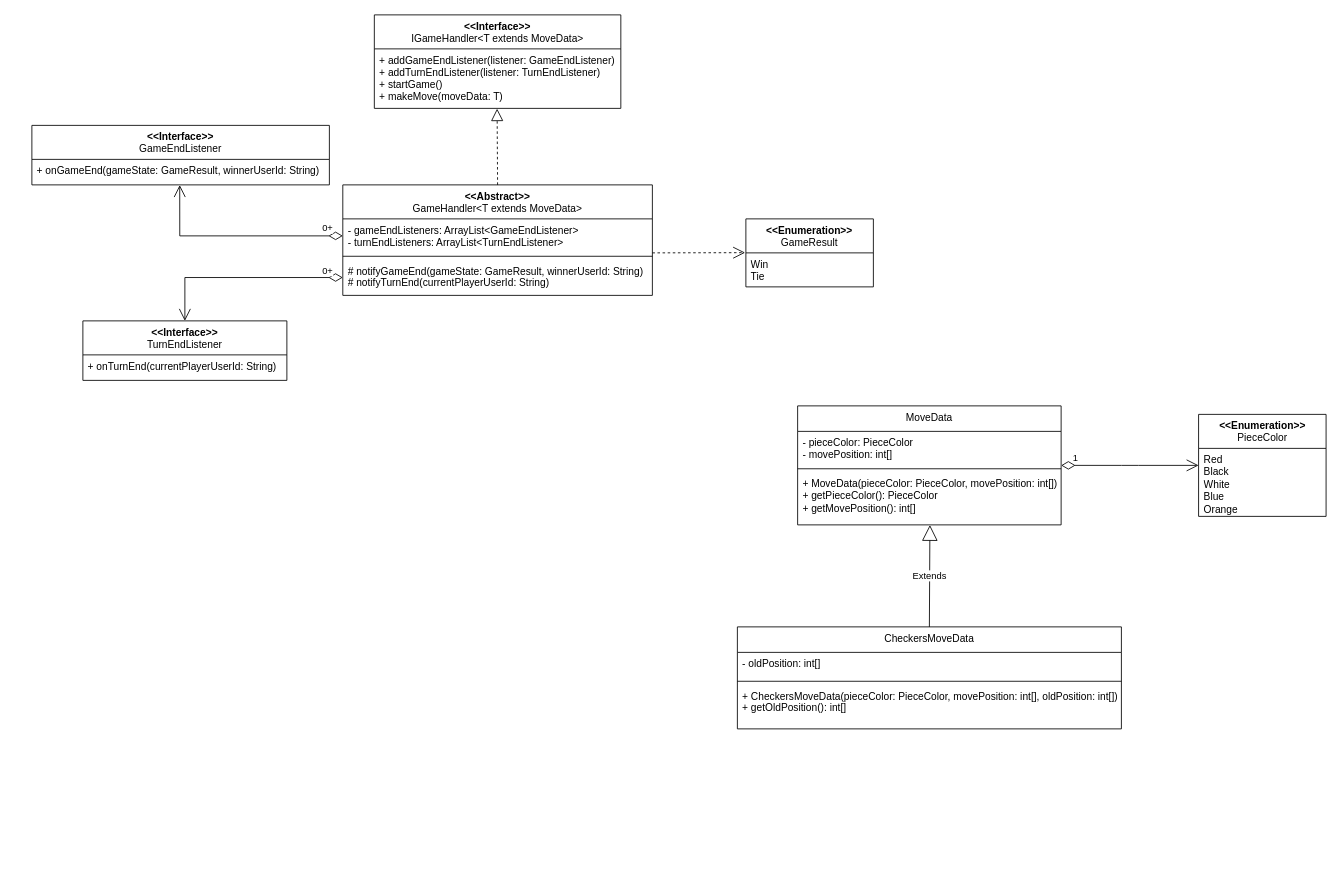
m-yoon02/Condensation keeps this draw.io diagram as Iteration_1/Backend/StructureDiagrams/GameHandler_StructureDiagram.drawio. Above is the earlier version. Source tidied: cells renumbered, new cells numbered last; positions are measured from the earlier drawing's top-left corner, leaving out a move shared by most shapes. Both pictures are drawn from the tidied source at 85%, with x=0, y=0 at pixel (31, 14).
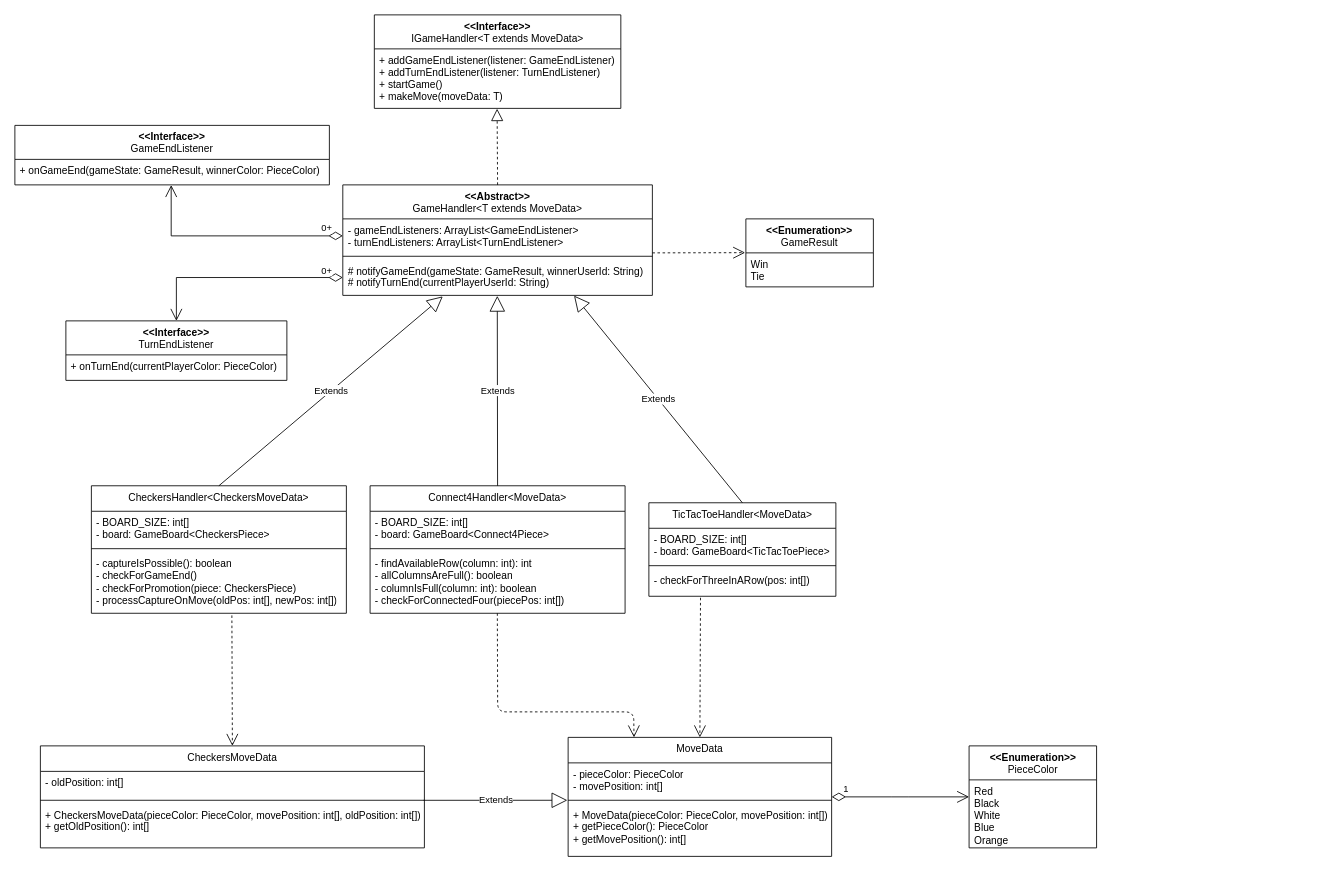
The same diagram, later.

Commit message:
Finish unique handler structures

Unchanged cells that the change refers to:
```xml
<mxCell id="7" value="&lt;div&gt;# notifyGameEnd(gameState:&amp;nbsp;&lt;span style=&quot;text-align: center;&quot;&gt;GameResult&lt;/span&gt;, winnerUserId: String)&lt;/div&gt;&lt;div&gt;# notifyTurnEnd(currentPlayerUserId: String)&lt;br&gt;&lt;/div&gt;" style="text;strokeColor=none;fillColor=none;align=left;verticalAlign=top;spacingLeft=4;spacingRight=4;overflow=hidden;points=[[0,0.5],[1,0.5]];portConstraint=eastwest;whiteSpace=wrap;html=1;" parent="4" vertex="1">
  <mxGeometry y="88" width="364.2" height="42" as="geometry" />
</mxCell>
<mxCell id="21" value="&lt;div&gt;+ MoveData(pieceColor: PieceColor, movePosition: int[])&lt;/div&gt;&lt;div&gt;+ getPieceColor(): PieceColor&lt;/div&gt;&lt;div&gt;+ getMovePosition(): int[]&lt;/div&gt;" style="text;strokeColor=none;fillColor=none;align=left;verticalAlign=top;spacingLeft=4;spacingRight=4;overflow=hidden;points=[[0,0.5],[1,0.5]];portConstraint=eastwest;whiteSpace=wrap;html=1;" parent="18" vertex="1">
  <mxGeometry y="78" width="310" height="62" as="geometry" />
</mxCell>
<mxCell id="27" style="line;strokeWidth=1;fillColor=none;align=left;verticalAlign=middle;spacingTop=-1;spacingLeft=3;spacingRight=3;labelPosition=right;points=[];portConstraint=eastwest;strokeColor=inherit;" parent="25" vertex="1">
  <mxGeometry y="60" width="451.8" height="8" as="geometry" />
</mxCell>
```

What changed in the source:
```diff
@@
     <mxCell id="9" value="&lt;div&gt;&amp;lt;&amp;lt;Interface&amp;gt;&amp;gt;&lt;/div&gt;&lt;div&gt;&lt;span style=&quot;font-weight: normal;&quot;&gt;GameEndListener&lt;/span&gt;&lt;br&gt;&lt;/div&gt;" style="swimlane;fontStyle=1;align=center;verticalAlign=top;horizontal=1;startSize=40;whiteSpace=wrap;html=1;" parent="1" vertex="1">
-      <mxGeometry y="130" width="350" height="70" as="geometry" />
+      <mxGeometry x="-20" y="130" width="370" height="70" as="geometry" />
     </mxCell>
-    <mxCell id="10" value="&lt;div&gt;+ onGameEnd(gameState:&amp;nbsp;&lt;span style=&quot;text-align: center;&quot;&gt;GameResult&lt;/span&gt;, winnerUserId: String)&lt;br&gt;&lt;/div&gt;" style="text;strokeColor=none;fillColor=none;align=left;verticalAlign=top;spacingLeft=4;spacingRight=4;overflow=hidden;points=[[0,0.5],[1,0.5]];portConstraint=eastwest;whiteSpace=wrap;html=1;" parent="9" vertex="1">
-      <mxGeometry y="40" width="350" height="30" as="geometry" />
+    <mxCell id="10" value="&lt;div&gt;+ onGameEnd(gameState:&amp;nbsp;&lt;span style=&quot;text-align: center;&quot;&gt;GameResult&lt;/span&gt;, winnerColor: PieceColor)&lt;br&gt;&lt;/div&gt;" style="text;strokeColor=none;fillColor=none;align=left;verticalAlign=top;spacingLeft=4;spacingRight=4;overflow=hidden;points=[[0,0.5],[1,0.5]];portConstraint=eastwest;whiteSpace=wrap;html=1;" parent="9" vertex="1">
+      <mxGeometry y="40" width="370" height="30" as="geometry" />
     </mxCell>
     <mxCell id="11" value="&lt;div&gt;&amp;lt;&amp;lt;Interface&amp;gt;&amp;gt;&lt;/div&gt;&lt;div&gt;&lt;span style=&quot;font-weight: normal;&quot;&gt;TurnEndListener&lt;/span&gt;&lt;br&gt;&lt;/div&gt;" style="swimlane;fontStyle=1;align=center;verticalAlign=top;horizontal=1;startSize=40;whiteSpace=wrap;html=1;" parent="1" vertex="1">
-      <mxGeometry x="60" y="360" width="240" height="70" as="geometry" />
+      <mxGeometry x="40" y="360" width="260" height="70" as="geometry" />
     </mxCell>
-    <mxCell id="12" value="&lt;div&gt;+ onTurnEnd(currentPlayerUserId: String)&lt;br&gt;&lt;/div&gt;" style="text;strokeColor=none;fillColor=none;align=left;verticalAlign=top;spacingLeft=4;spacingRight=4;overflow=hidden;whiteSpace=wrap;html=1;" parent="11" vertex="1">
-      <mxGeometry y="40" width="240" height="30" as="geometry" />
+    <mxCell id="12" value="&lt;div&gt;+ onTurnEnd(currentPlayerColor: PieceColor)&lt;br&gt;&lt;/div&gt;" style="text;strokeColor=none;fillColor=none;align=left;verticalAlign=top;spacingLeft=4;spacingRight=4;overflow=hidden;whiteSpace=wrap;html=1;" parent="11" vertex="1">
+      <mxGeometry y="40" width="260" height="30" as="geometry" />
     </mxCell>
@@
     <mxCell id="18" value="&lt;div&gt;&lt;span style=&quot;background-color: initial; font-weight: normal;&quot;&gt;MoveData&lt;/span&gt;&lt;br&gt;&lt;/div&gt;" style="swimlane;fontStyle=1;align=center;verticalAlign=top;horizontal=1;startSize=30;whiteSpace=wrap;html=1;" parent="1" vertex="1">
-      <mxGeometry x="900.9" y="460" width="310" height="140" as="geometry" />
+      <mxGeometry x="630.9" y="850" width="310" height="140" as="geometry" />
     </mxCell>
@@
     <mxCell id="22" value="&lt;div&gt;&amp;lt;&amp;lt;Enumeration&amp;gt;&amp;gt;&lt;/div&gt;&lt;div&gt;&lt;span style=&quot;font-weight: 400;&quot;&gt;PieceColor&lt;/span&gt;&lt;/div&gt;" style="swimlane;fontStyle=1;align=center;verticalAlign=top;horizontal=1;startSize=40;whiteSpace=wrap;html=1;" parent="1" vertex="1">
-      <mxGeometry x="1372.6" y="470" width="150" height="120" as="geometry" />
+      <mxGeometry x="1102.6" y="860" width="150" height="120" as="geometry" />
     </mxCell>
@@
     <mxCell id="24" value="1" style="endArrow=open;html=1;endSize=12;startArrow=diamondThin;startSize=14;startFill=0;edgeStyle=orthogonalEdgeStyle;align=left;verticalAlign=bottom;exitX=1;exitY=0.5;exitDx=0;exitDy=0;" parent="1" edge="1" source="18">
       <mxGeometry x="-0.85" relative="1" as="geometry">
-        <mxPoint x="1372.6" y="530" as="targetPoint" />
+        <mxPoint x="1102.6" y="920" as="targetPoint" />
       </mxGeometry>
     </mxCell>
     <mxCell id="25" value="&lt;div&gt;&lt;span style=&quot;background-color: initial; font-weight: normal;&quot;&gt;CheckersMoveData&lt;/span&gt;&lt;br&gt;&lt;/div&gt;" style="swimlane;fontStyle=1;align=center;verticalAlign=top;horizontal=1;startSize=30;whiteSpace=wrap;html=1;" parent="1" vertex="1">
-      <mxGeometry x="830" y="720" width="451.8" height="120" as="geometry" />
+      <mxGeometry x="10" y="860" width="451.8" height="120" as="geometry" />
     </mxCell>
@@
-    <mxCell id="29" value="Extends" style="endArrow=block;endSize=16;endFill=0;html=1;exitX=0.5;exitY=0;exitDx=0;exitDy=0;entryX=0.502;entryY=1.003;entryDx=0;entryDy=0;entryPerimeter=0;" parent="1" edge="1" source="25" target="21">
-      <mxGeometry relative="1" as="geometry" />
+    <mxCell id="29" value="Extends" style="endArrow=block;endSize=16;endFill=0;html=1;exitX=0.998;exitY=0.505;exitDx=0;exitDy=0;exitPerimeter=0;" parent="1" edge="1" source="27">
+      <mxGeometry relative="1" as="geometry">
+        <mxPoint x="630" y="924" as="targetPoint" />
+      </mxGeometry>
     </mxCell>
+    <mxCell id="30" value="&lt;div&gt;&lt;span style=&quot;background-color: initial; font-weight: normal;&quot;&gt;CheckersHandler&amp;lt;CheckersMoveData&amp;gt;&lt;/span&gt;&lt;br&gt;&lt;/div&gt;" style="swimlane;fontStyle=1;align=center;verticalAlign=top;horizontal=1;startSize=30;whiteSpace=wrap;html=1;" parent="1" vertex="1">
+      <mxGeometry x="70" y="554" width="300" height="150" as="geometry" />
+    </mxCell>
+    <mxCell id="31" value="&lt;div&gt;- BOARD_SIZE: int[]&lt;/div&gt;&lt;div&gt;- board: GameBoard&amp;lt;CheckersPiece&amp;gt;&lt;/div&gt;&lt;div&gt;&lt;br&gt;&lt;/div&gt;" style="text;strokeColor=none;fillColor=none;align=left;verticalAlign=top;spacingLeft=4;spacingRight=4;overflow=hidden;whiteSpace=wrap;html=1;" parent="30" vertex="1">
+      <mxGeometry y="30" width="300" height="40" as="geometry" />
+    </mxCell>
+    <mxCell id="32" style="line;strokeWidth=1;fillColor=none;align=left;verticalAlign=middle;spacingTop=-1;spacingLeft=3;spacingRight=3;labelPosition=right;strokeColor=inherit;" parent="30" vertex="1">
+      <mxGeometry y="70" width="300" height="8" as="geometry" />
+    </mxCell>
+    <mxCell id="33" value="- captureIsPossible(): boolean&lt;br&gt;- checkForGameEnd()&lt;br&gt;- checkForPromotion(piece: CheckersPiece)&lt;br&gt;- processCaptureOnMove(oldPos: int[], newPos: int[])" style="text;strokeColor=none;fillColor=none;align=left;verticalAlign=top;spacingLeft=4;spacingRight=4;overflow=hidden;points=[[0,0.5],[1,0.5]];portConstraint=eastwest;whiteSpace=wrap;html=1;" parent="30" vertex="1">
+      <mxGeometry y="78" width="300" height="72" as="geometry" />
+    </mxCell>
+    <mxCell id="34" value="Extends" style="endArrow=block;endSize=16;endFill=0;html=1;exitX=0.5;exitY=0;exitDx=0;exitDy=0;entryX=0.323;entryY=1.028;entryDx=0;entryDy=0;entryPerimeter=0;" parent="1" edge="1" source="30" target="7">
+      <mxGeometry relative="1" as="geometry" />
+    </mxCell>
+    <mxCell id="35" value="&lt;div&gt;&lt;span style=&quot;background-color: initial; font-weight: normal;&quot;&gt;Connect4Handler&amp;lt;MoveData&amp;gt;&lt;/span&gt;&lt;br&gt;&lt;/div&gt;" style="swimlane;fontStyle=1;align=center;verticalAlign=top;horizontal=1;startSize=30;whiteSpace=wrap;html=1;" parent="1" vertex="1">
+      <mxGeometry x="397.9" y="554" width="300" height="150" as="geometry" />
+    </mxCell>
+    <mxCell id="36" value="&lt;div&gt;- BOARD_SIZE: int[]&lt;/div&gt;&lt;div&gt;- board: GameBoard&amp;lt;Connect4Piece&amp;gt;&lt;/div&gt;&lt;div&gt;&lt;br&gt;&lt;/div&gt;" style="text;strokeColor=none;fillColor=none;align=left;verticalAlign=top;spacingLeft=4;spacingRight=4;overflow=hidden;whiteSpace=wrap;html=1;" parent="35" vertex="1">
+      <mxGeometry y="30" width="300" height="40" as="geometry" />
+    </mxCell>
+    <mxCell id="37" style="line;strokeWidth=1;fillColor=none;align=left;verticalAlign=middle;spacingTop=-1;spacingLeft=3;spacingRight=3;labelPosition=right;strokeColor=inherit;" parent="35" vertex="1">
+      <mxGeometry y="70" width="300" height="8" as="geometry" />
+    </mxCell>
+    <mxCell id="38" value="- findAvailableRow(column: int): int&lt;br&gt;- allColumnsAreFull(): boolean&lt;br&gt;- columnIsFull(column: int): boolean&lt;br&gt;- checkForConnectedFour(piecePos: int[])" style="text;strokeColor=none;fillColor=none;align=left;verticalAlign=top;spacingLeft=4;spacingRight=4;overflow=hidden;whiteSpace=wrap;html=1;" parent="35" vertex="1">
+      <mxGeometry y="78" width="300" height="72" as="geometry" />
+    </mxCell>
+    <mxCell id="39" value="Extends" style="endArrow=block;endSize=16;endFill=0;html=1;exitX=0.5;exitY=0;exitDx=0;exitDy=0;entryX=0.499;entryY=1.013;entryDx=0;entryDy=0;entryPerimeter=0;" parent="1" edge="1" source="35" target="7">
+      <mxGeometry relative="1" as="geometry" />
+    </mxCell>
+    <mxCell id="40" value="&lt;div&gt;&lt;span style=&quot;background-color: initial; font-weight: normal;&quot;&gt;TicTacToeHandler&amp;lt;MoveData&amp;gt;&lt;/span&gt;&lt;br&gt;&lt;/div&gt;" style="swimlane;fontStyle=1;align=center;verticalAlign=top;horizontal=1;startSize=30;whiteSpace=wrap;html=1;" parent="1" vertex="1">
+      <mxGeometry x="725.9" y="574" width="220" height="110" as="geometry" />
+    </mxCell>
+    <mxCell id="41" value="&lt;div&gt;- BOARD_SIZE: int[]&lt;/div&gt;&lt;div&gt;- board: GameBoard&amp;lt;TicTacToePiece&amp;gt;&lt;/div&gt;&lt;div&gt;&lt;br&gt;&lt;/div&gt;" style="text;strokeColor=none;fillColor=none;align=left;verticalAlign=top;spacingLeft=4;spacingRight=4;overflow=hidden;whiteSpace=wrap;html=1;" parent="40" vertex="1">
+      <mxGeometry y="30" width="220" height="40" as="geometry" />
+    </mxCell>
+    <mxCell id="42" style="line;strokeWidth=1;fillColor=none;align=left;verticalAlign=middle;spacingTop=-1;spacingLeft=3;spacingRight=3;labelPosition=right;strokeColor=inherit;" parent="40" vertex="1">
+      <mxGeometry y="70" width="220" height="8" as="geometry" />
+    </mxCell>
+    <mxCell id="43" value="- checkForThreeInARow(pos: int[])" style="text;strokeColor=none;fillColor=none;align=left;verticalAlign=top;spacingLeft=4;spacingRight=4;overflow=hidden;points=[[0,0.5],[1,0.5]];portConstraint=eastwest;whiteSpace=wrap;html=1;" parent="40" vertex="1">
+      <mxGeometry y="78" width="220" height="32" as="geometry" />
+    </mxCell>
+    <mxCell id="44" value="Extends" style="endArrow=block;endSize=16;endFill=0;html=1;exitX=0.5;exitY=0;exitDx=0;exitDy=0;entryX=0.747;entryY=1.007;entryDx=0;entryDy=0;entryPerimeter=0;" parent="1" edge="1" source="40" target="7">
+      <mxGeometry relative="1" as="geometry" />
+    </mxCell>
+    <mxCell id="45" style="endArrow=open;endSize=12;dashed=1;html=1;entryX=0.5;entryY=0;entryDx=0;entryDy=0;exitX=0.276;exitY=1.055;exitDx=0;exitDy=0;exitPerimeter=0;" parent="1" edge="1" source="43" target="18">
+      <mxGeometry relative="1" as="geometry" />
+    </mxCell>
+    <mxCell id="46" style="endArrow=open;endSize=12;dashed=1;html=1;entryX=0.25;entryY=0;entryDx=0;entryDy=0;exitX=0.276;exitY=1.055;exitDx=0;exitDy=0;exitPerimeter=0;" parent="1" edge="1" target="18">
+      <mxGeometry relative="1" as="geometry">
+        <mxPoint x="547.6" y="704" as="sourcePoint" />
+        <Array as="points">
+          <mxPoint x="548" y="820" />
+          <mxPoint x="708" y="820" />
+        </Array>
+      </mxGeometry>
+    </mxCell>
+    <mxCell id="47" style="endArrow=open;endSize=12;dashed=1;html=1;entryX=0.5;entryY=0;entryDx=0;entryDy=0;exitX=0.551;exitY=1.035;exitDx=0;exitDy=0;exitPerimeter=0;" parent="1" edge="1" source="33" target="25">
+      <mxGeometry relative="1" as="geometry" />
+    </mxCell>
```
